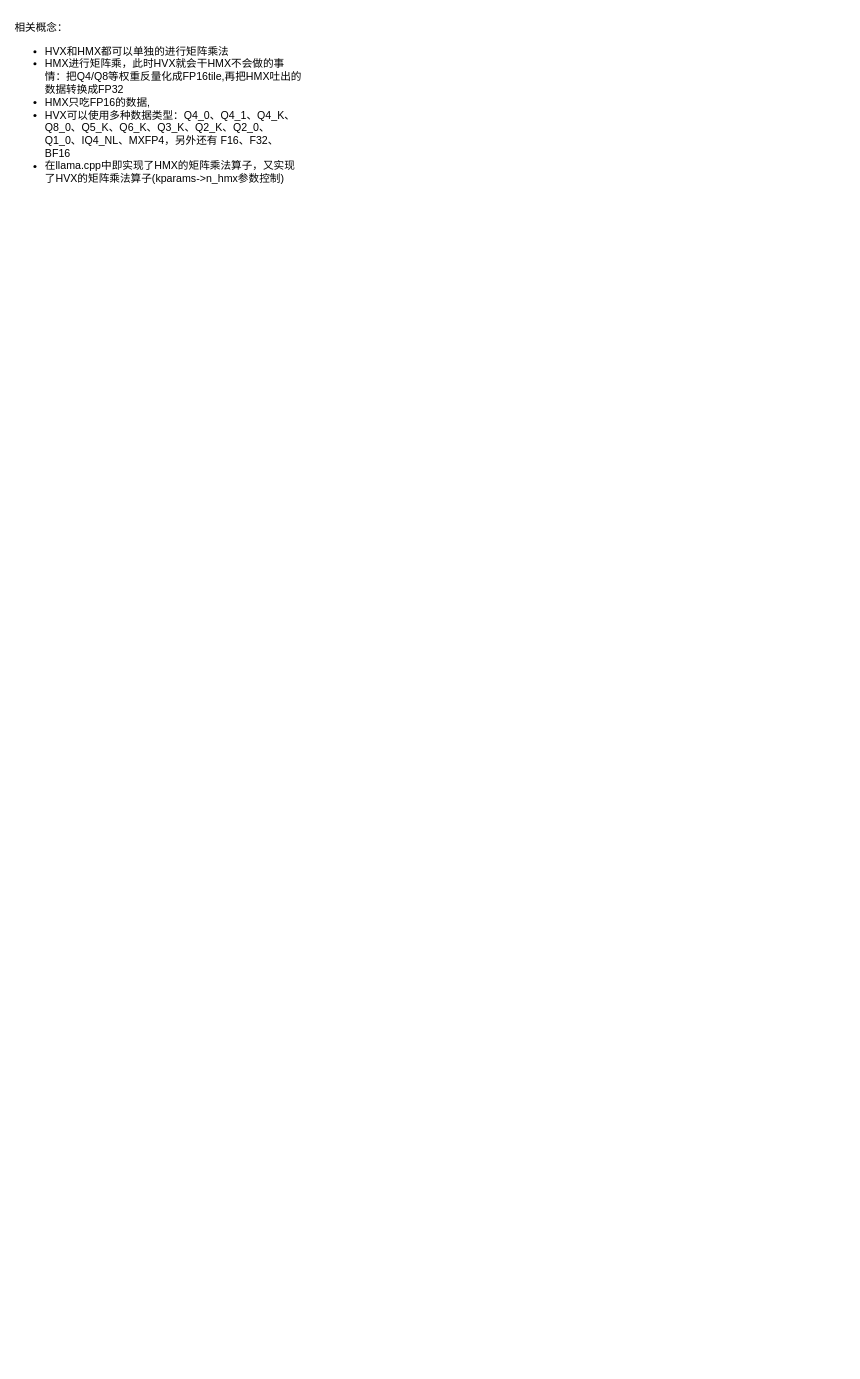
Before: WorkSpace/Hexagon-NPU-矩阵计算.drawio in mailonghua/drawio, a draw.io diagram. Source tidied: cells renumbered, new cells numbered last; positions are measured from the earlier drawing's top-left corner, leaving out a move shared by most shapes. Both pictures are drawn from the tidied source at 76%, with x=0, y=0 at pixel (13, 13).
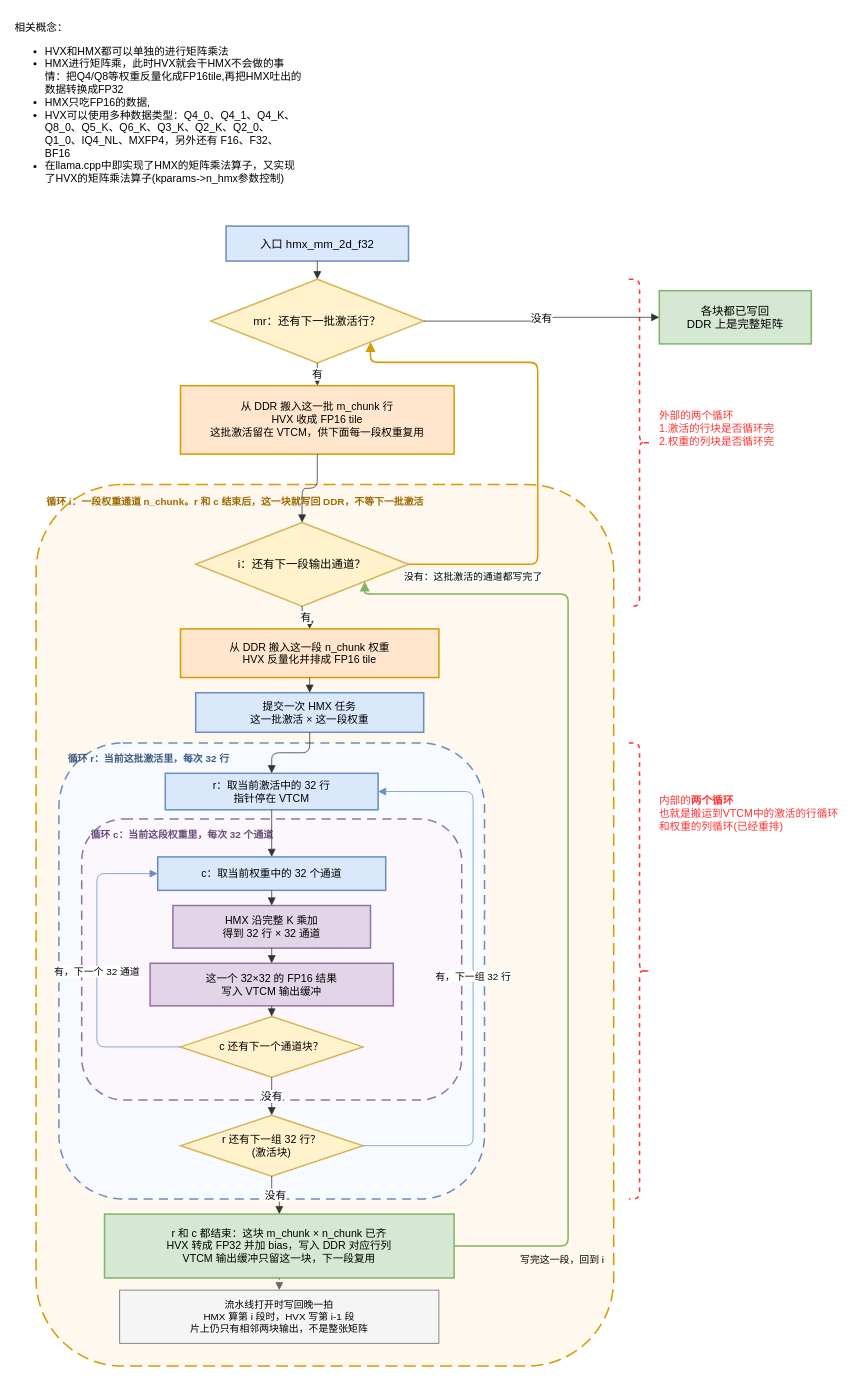
The same diagram, later.

Commit message:
更新Hexagon-NPU-矩阵计算.drawio

The edit, as a diff of the source:
```diff
@@
+    <mxCell id="3" value="循环 i：一段权重通道 n_chunk。r 和 c 结束后，这一块就写回 DDR，不等下一批激活" style="rounded=1;dashed=1;dashPattern=8 4;strokeWidth=2;strokeColor=#d79b00;fillColor=#fff8ef;html=1;whiteSpace=wrap;verticalAlign=top;align=left;spacingLeft=12;spacingTop=8;fontSize=13;fontStyle=1;fontColor=#9c6b00;" parent="1" vertex="1">
+      <mxGeometry x="30" y="620" width="760" height="1160" as="geometry" />
+    </mxCell>
+    <mxCell id="4" value="循环 r：当前这批激活里，每次 32 行" style="rounded=1;dashed=1;dashPattern=6 4;strokeWidth=2;strokeColor=#6c8ebf;fillColor=#f7fbff;html=1;whiteSpace=wrap;verticalAlign=top;align=left;spacingLeft=10;spacingTop=6;fontSize=13;fontStyle=1;fontColor=#3d5a80;" parent="1" vertex="1">
+      <mxGeometry x="60" y="960" width="560" height="600" as="geometry" />
+    </mxCell>
+    <mxCell id="5" value="循环 c：当前这段权重里，每次 32 个通道" style="rounded=1;dashed=1;dashPattern=6 4;strokeWidth=2;strokeColor=#9673a6;fillColor=#fbf7fc;html=1;whiteSpace=wrap;verticalAlign=top;align=left;spacingLeft=10;spacingTop=6;fontSize=13;fontStyle=1;fontColor=#6b4c7a;" parent="1" vertex="1">
+      <mxGeometry x="90" y="1060" width="500" height="370" as="geometry" />
+    </mxCell>
+    <mxCell id="6" value="入口 hmx_mm_2d_f32" style="rounded=0;html=1;whiteSpace=wrap;strokeWidth=2;fillColor=#dae8fc;strokeColor=#6c8ebf;fontSize=15;" parent="1" vertex="1">
+      <mxGeometry x="280" y="280" width="240" height="46" as="geometry" />
+    </mxCell>
+    <mxCell id="7" value="mr：还有下一批激活行？" style="rhombus;html=1;whiteSpace=wrap;strokeWidth=2;fillColor=#fff2cc;strokeColor=#d6b656;fontSize=15;" parent="1" vertex="1">
+      <mxGeometry x="260" y="350" width="280" height="110" as="geometry" />
+    </mxCell>
+    <mxCell id="8" value="各块都已写回&#10;DDR 上是完整矩阵" style="rounded=0;html=1;whiteSpace=wrap;strokeWidth=2;fillColor=#d5e8d4;strokeColor=#82b366;fontSize=15;" parent="1" vertex="1">
+      <mxGeometry x="850" y="365" width="200" height="70" as="geometry" />
+    </mxCell>
+    <mxCell id="9" value="从 DDR 搬入这一批 m_chunk 行&#10;HVX 收成 FP16 tile&#10;这批激活留在 VTCM，供下面每一段权重复用" style="rounded=0;html=1;whiteSpace=wrap;strokeWidth=2;fillColor=#ffe6cc;strokeColor=#d79b00;fontSize=14;" parent="1" vertex="1">
+      <mxGeometry x="220" y="490" width="360" height="90" as="geometry" />
+    </mxCell>
+    <mxCell id="10" value="i：还有下一段输出通道？" style="rhombus;html=1;whiteSpace=wrap;strokeWidth=2;fillColor=#fff2cc;strokeColor=#d6b656;fontSize=15;" parent="1" vertex="1">
+      <mxGeometry x="240" y="670" width="280" height="110" as="geometry" />
+    </mxCell>
+    <mxCell id="11" value="从 DDR 搬入这一段 n_chunk 权重&#10;HVX 反量化并排成 FP16 tile" style="rounded=0;html=1;whiteSpace=wrap;strokeWidth=2;fillColor=#ffe6cc;strokeColor=#d79b00;fontSize=14;" parent="1" vertex="1">
+      <mxGeometry x="220" y="810" width="340" height="64" as="geometry" />
+    </mxCell>
+    <mxCell id="12" value="提交一次 HMX 任务&#10;这一批激活 × 这一段权重" style="rounded=0;html=1;whiteSpace=wrap;strokeWidth=2;fillColor=#dae8fc;strokeColor=#6c8ebf;fontSize=14;" parent="1" vertex="1">
+      <mxGeometry x="240" y="894" width="300" height="52" as="geometry" />
+    </mxCell>
+    <mxCell id="13" value="r：取当前激活中的 32 行&#10;指针停在 VTCM" style="rounded=0;html=1;whiteSpace=wrap;strokeWidth=2;fillColor=#dae8fc;strokeColor=#6c8ebf;fontSize=14;" parent="1" vertex="1">
+      <mxGeometry x="200" y="1000" width="280" height="48" as="geometry" />
+    </mxCell>
+    <mxCell id="14" value="c：取当前权重中的 32 个通道" style="rounded=0;html=1;whiteSpace=wrap;strokeWidth=2;fillColor=#dae8fc;strokeColor=#6c8ebf;fontSize=14;" parent="1" vertex="1">
+      <mxGeometry x="190" y="1110" width="300" height="44" as="geometry" />
+    </mxCell>
+    <mxCell id="15" value="HMX 沿完整 K 乘加&#10;得到 32 行 × 32 通道" style="rounded=0;html=1;whiteSpace=wrap;strokeWidth=2;fillColor=#e1d5e7;strokeColor=#9673a6;fontSize=14;" parent="1" vertex="1">
+      <mxGeometry x="210" y="1174" width="260" height="56" as="geometry" />
+    </mxCell>
+    <mxCell id="16" value="这一个 32×32 的 FP16 结果&#10;写入 VTCM 输出缓冲" style="rounded=0;html=1;whiteSpace=wrap;strokeWidth=2;fillColor=#e1d5e7;strokeColor=#9673a6;fontSize=14;" parent="1" vertex="1">
+      <mxGeometry x="180" y="1250" width="320" height="56" as="geometry" />
+    </mxCell>
+    <mxCell id="17" value="c 还有下一个通道块？" style="rhombus;html=1;whiteSpace=wrap;strokeWidth=2;fillColor=#fff2cc;strokeColor=#d6b656;fontSize=14;" parent="1" vertex="1">
+      <mxGeometry x="220" y="1320" width="240" height="80" as="geometry" />
+    </mxCell>
+    <mxCell id="18" value="r 还有下一组 32 行？&lt;br&gt;(激活块)" style="rhombus;html=1;whiteSpace=wrap;strokeWidth=2;fillColor=#fff2cc;strokeColor=#d6b656;fontSize=14;" parent="1" vertex="1">
+      <mxGeometry x="220" y="1450" width="240" height="80" as="geometry" />
+    </mxCell>
+    <mxCell id="19" value="r 和 c 都结束：这块 m_chunk × n_chunk 已齐&#10;HVX 转成 FP32 并加 bias，写入 DDR 对应行列&#10;VTCM 输出缓冲只留这一块，下一段复用" style="rounded=0;html=1;whiteSpace=wrap;strokeWidth=2;fillColor=#d5e8d4;strokeColor=#82b366;fontSize=14;" parent="1" vertex="1">
+      <mxGeometry x="120" y="1580" width="460" height="84" as="geometry" />
+    </mxCell>
+    <mxCell id="20" value="流水线打开时写回晚一拍&#10;HMX 算第 i 段时，HVX 写第 i-1 段&#10;片上仍只有相邻两块输出，不是整张矩阵" style="rounded=0;html=1;whiteSpace=wrap;strokeWidth=1;fillColor=#f5f5f5;strokeColor=#666666;fontSize=13;" parent="1" vertex="1">
+      <mxGeometry x="140" y="1680" width="420" height="70" as="geometry" />
+    </mxCell>
+    <mxCell id="21" style="shape=curlyBracket;whiteSpace=wrap;html=1;rounded=1;flipH=1;labelPosition=right;verticalLabelPosition=middle;align=left;verticalAlign=middle;strokeColor=#FF3333;dashed=1;strokeWidth=2;" parent="1" vertex="1">
+      <mxGeometry x="810" y="350" width="28" height="430" as="geometry" />
+    </mxCell>
+    <mxCell id="22" value="外部的两个循环&lt;br&gt;1.激活的行块是否循环完&lt;br&gt;2.权重的列块是否循环完" style="text;html=1;whiteSpace=wrap;strokeColor=none;fillColor=none;align=left;verticalAlign=middle;fontColor=#FF3333;fontSize=14;" parent="1" vertex="1">
+      <mxGeometry x="848" y="510" width="250" height="72" as="geometry" />
+    </mxCell>
+    <mxCell id="23" style="shape=curlyBracket;whiteSpace=wrap;html=1;rounded=1;flipH=1;labelPosition=right;verticalLabelPosition=middle;align=left;verticalAlign=middle;strokeColor=#FF3333;dashed=1;strokeWidth=2;" parent="1" vertex="1">
+      <mxGeometry x="810" y="960" width="28" height="600" as="geometry" />
+    </mxCell>
+    <mxCell id="24" value="内部的&lt;b&gt;两个循环&lt;/b&gt;&lt;br&gt;也就是搬运到VTCM中的激活的行循环和权重的列循环(已经重排)" style="text;html=1;whiteSpace=wrap;strokeColor=none;fillColor=none;align=left;verticalAlign=middle;fontColor=#FF3333;fontSize=14;" parent="1" vertex="1">
+      <mxGeometry x="848" y="1008" width="250" height="90" as="geometry" />
+    </mxCell>
+    <mxCell id="25" style="edgeStyle=orthogonalEdgeStyle;rounded=1;html=1;endArrow=block;endSize=8;strokeColor=#333333;" parent="1" edge="1" source="6" target="7">
+      <mxGeometry relative="1" as="geometry" />
+    </mxCell>
+    <mxCell id="26" value="有" style="edgeStyle=orthogonalEdgeStyle;rounded=1;html=1;endArrow=block;endSize=8;strokeColor=#333333;fontSize=14;" parent="1" edge="1" source="7" target="9">
+      <mxGeometry relative="1" as="geometry" />
+    </mxCell>
+    <mxCell id="27" value="没有" style="edgeStyle=orthogonalEdgeStyle;rounded=1;html=1;endArrow=block;endSize=8;strokeColor=#333333;fontSize=14;exitX=1;exitY=0.5;entryX=0;entryY=0.5;" parent="1" edge="1" source="7" target="8">
+      <mxGeometry relative="1" as="geometry" />
+    </mxCell>
+    <mxCell id="28" style="edgeStyle=orthogonalEdgeStyle;rounded=1;html=1;endArrow=block;endSize=8;strokeColor=#333333;" parent="1" edge="1" source="9" target="10">
+      <mxGeometry relative="1" as="geometry" />
+    </mxCell>
+    <mxCell id="29" value="有" style="edgeStyle=orthogonalEdgeStyle;rounded=1;html=1;endArrow=block;endSize=8;strokeColor=#333333;fontSize=14;" parent="1" edge="1" source="10" target="11">
+      <mxGeometry relative="1" as="geometry" />
+    </mxCell>
+    <mxCell id="30" style="edgeStyle=orthogonalEdgeStyle;rounded=1;html=1;endArrow=block;endSize=8;strokeColor=#333333;" parent="1" edge="1" source="11" target="12">
+      <mxGeometry relative="1" as="geometry" />
+    </mxCell>
+    <mxCell id="31" style="edgeStyle=orthogonalEdgeStyle;rounded=1;html=1;endArrow=block;endSize=8;strokeColor=#333333;" parent="1" edge="1" source="12" target="13">
+      <mxGeometry relative="1" as="geometry" />
+    </mxCell>
+    <mxCell id="32" style="edgeStyle=orthogonalEdgeStyle;rounded=1;html=1;endArrow=block;endSize=8;strokeColor=#333333;" parent="1" edge="1" source="13" target="14">
+      <mxGeometry relative="1" as="geometry" />
+    </mxCell>
+    <mxCell id="33" style="edgeStyle=orthogonalEdgeStyle;rounded=1;html=1;endArrow=block;endSize=8;strokeColor=#333333;" parent="1" edge="1" source="14" target="15">
+      <mxGeometry relative="1" as="geometry" />
+    </mxCell>
+    <mxCell id="34" style="edgeStyle=orthogonalEdgeStyle;rounded=1;html=1;endArrow=block;endSize=8;strokeColor=#333333;" parent="1" edge="1" source="15" target="16">
+      <mxGeometry relative="1" as="geometry" />
+    </mxCell>
+    <mxCell id="35" style="edgeStyle=orthogonalEdgeStyle;rounded=1;html=1;endArrow=block;endSize=8;strokeColor=#333333;" parent="1" edge="1" source="16" target="17">
+      <mxGeometry relative="1" as="geometry" />
+    </mxCell>
+    <mxCell id="36" value="有，下一个 32 通道" style="edgeStyle=orthogonalEdgeStyle;rounded=1;html=1;endArrow=block;endSize=8;strokeColor=#6c8ebf;fontSize=13;exitX=0;exitY=0.5;entryX=0;entryY=0.5;" parent="1" edge="1" source="17" target="14">
+      <mxGeometry relative="1" as="geometry">
+        <Array as="points">
+          <mxPoint x="110" y="1360" />
+          <mxPoint x="110" y="1132" />
+        </Array>
+      </mxGeometry>
+    </mxCell>
+    <mxCell id="37" value="没有" style="edgeStyle=orthogonalEdgeStyle;rounded=1;html=1;endArrow=block;endSize=8;strokeColor=#333333;fontSize=14;" parent="1" edge="1" source="17" target="18">
+      <mxGeometry relative="1" as="geometry" />
+    </mxCell>
+    <mxCell id="38" value="有，下一组 32 行" style="edgeStyle=orthogonalEdgeStyle;rounded=1;html=1;endArrow=block;endSize=8;strokeColor=#6c8ebf;fontSize=13;exitX=1;exitY=0.5;entryX=1;entryY=0.5;" parent="1" edge="1" source="18" target="13">
+      <mxGeometry relative="1" as="geometry">
+        <Array as="points">
+          <mxPoint x="605" y="1490" />
+          <mxPoint x="605" y="1024" />
+        </Array>
+      </mxGeometry>
+    </mxCell>
+    <mxCell id="39" value="没有" style="edgeStyle=orthogonalEdgeStyle;rounded=1;html=1;endArrow=block;endSize=8;strokeColor=#333333;fontSize=14;" parent="1" edge="1" source="18" target="19">
+      <mxGeometry relative="1" as="geometry" />
+    </mxCell>
+    <mxCell id="40" value="写完这一段，回到 i" style="edgeStyle=orthogonalEdgeStyle;rounded=1;html=1;endArrow=block;endSize=8;strokeColor=#82b366;strokeWidth=2;fontSize=13;exitX=1;exitY=0.5;entryX=1;entryY=0.85;labelBackgroundColor=#fff8ef;" parent="1" edge="1" source="19" target="10">
+      <mxGeometry x="-0.78" y="-18" relative="1" as="geometry">
+        <Array as="points">
+          <mxPoint x="730" y="1622" />
+          <mxPoint x="730" y="764" />
+        </Array>
+      </mxGeometry>
+    </mxCell>
+    <mxCell id="41" value="没有：这批激活的通道都写完了" style="edgeStyle=orthogonalEdgeStyle;rounded=1;html=1;endArrow=block;endSize=8;strokeColor=#d79b00;strokeWidth=2;fontSize=13;exitX=1;exitY=0.5;entryX=1;entryY=1;labelBackgroundColor=#ffffff;entryDx=0;entryDy=0;" parent="1" edge="1" source="10" target="7">
+      <mxGeometry x="-0.75" y="-16" relative="1" as="geometry">
+        <Array as="points">
+          <mxPoint x="690" y="725" />
+          <mxPoint x="690" y="459.3" />
+          <mxPoint x="470" y="459.3" />
+        </Array>
+      </mxGeometry>
+    </mxCell>
+    <mxCell id="42" style="edgeStyle=orthogonalEdgeStyle;rounded=1;html=1;dashed=1;endArrow=block;endSize=8;strokeColor=#666666;" parent="1" edge="1" source="19" target="20">
+      <mxGeometry relative="1" as="geometry" />
+    </mxCell>
```
